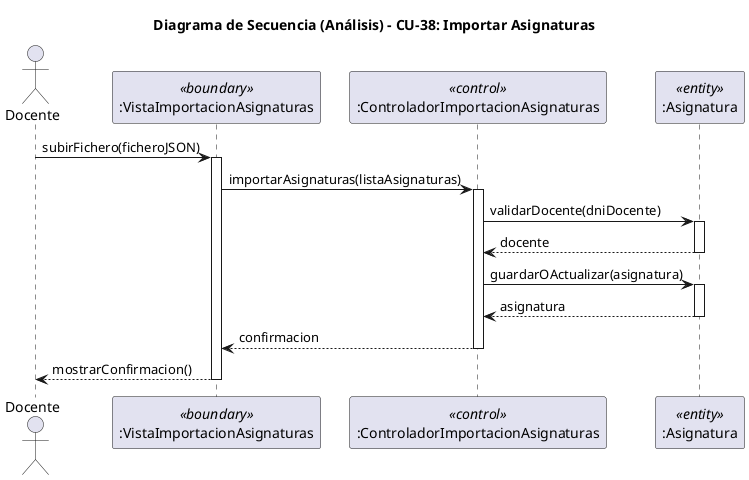
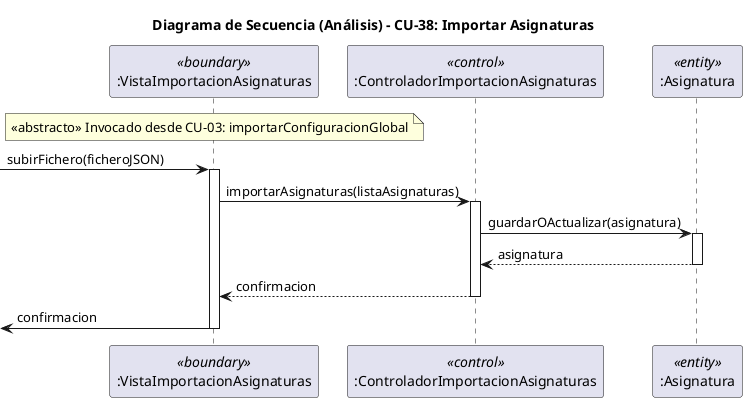
﻿@startuml cu38-importarAsignaturas-analisis-secuencia
title Diagrama de Secuencia (Análisis) - CU-38: Importar Asignaturas

- actor "Docente" as Actor
participant ":VistaImportacionAsignaturas" as Boundary <<boundary>>
participant ":ControladorImportacionAsignaturas" as Control <<control>>
participant ":Asignatura" as Entity <<entity>>

- Actor -> Boundary : subirFichero(ficheroJSON)
+ note over Boundary : <<abstracto>> Invocado desde CU-03: importarConfiguracionGlobal
+ 
+ [-> Boundary : subirFichero(ficheroJSON)
activate Boundary

Boundary -> Control : importarAsignaturas(listaAsignaturas)
activate Control
- 
- Control -> Entity : validarDocente(dniDocente)
- activate Entity
- Entity --> Control : docente
- deactivate Entity

Control -> Entity : guardarOActualizar(asignatura)
activate Entity
Entity --> Control : asignatura
deactivate Entity

Control --> Boundary : confirmacion
deactivate Control

- Boundary --> Actor : mostrarConfirmacion()
+ [<- Boundary : confirmacion
deactivate Boundary

@enduml
